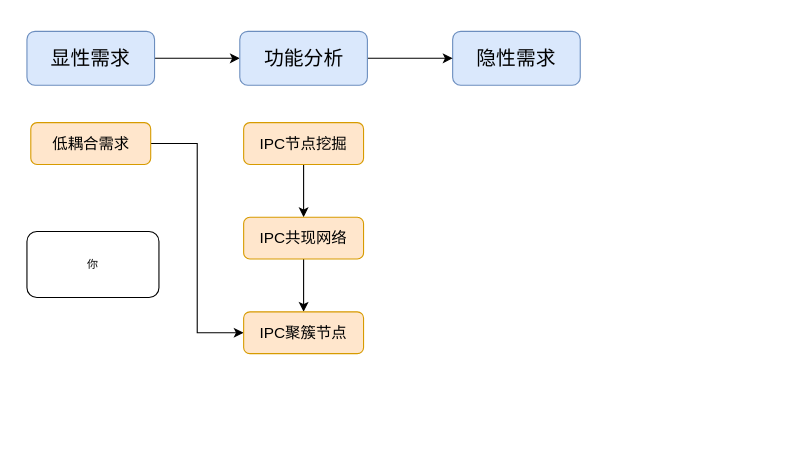
Above: Untitled Diagram.drawio in ElioCode/gitxuexi (draw.io), before the change. Source tidied: cells renumbered, new cells numbered last; positions are measured from the earlier drawing's top-left corner, leaving out a move shared by most shapes. Both pictures are drawn from the tidied source at 110%, with x=0, y=0 at pixel (26, 31).
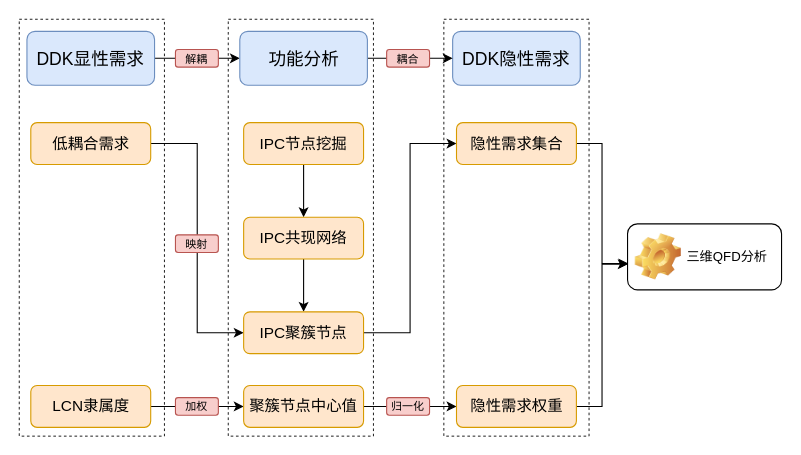
After the change.

The change refers to these unchanged cells:
```xml
<mxCell id="11" value="&lt;font style=&quot;font-size: 14px&quot;&gt;IPC聚簇节点&lt;/font&gt;" style="rounded=1;whiteSpace=wrap;html=1;fillColor=#ffe6cc;strokeColor=#d79b00;" parent="1" vertex="1">
  <mxGeometry x="197" y="255" width="109" height="38" as="geometry" />
</mxCell>
```

Change to the diagram source:
```diff
@@
-    <mxCell id="3" value="&lt;font style=&quot;font-size: 18px&quot;&gt;显性需求&lt;/font&gt;" style="rounded=1;whiteSpace=wrap;html=1;fillColor=#dae8fc;strokeColor=#6c8ebf;" parent="1" vertex="1">
+    <mxCell id="3" value="&lt;font style=&quot;font-size: 16px&quot;&gt;DDK显性需求&lt;/font&gt;" style="rounded=1;whiteSpace=wrap;html=1;fillColor=#dae8fc;strokeColor=#6c8ebf;fontSize=16;" parent="1" vertex="1">
       <mxGeometry width="116" height="49" as="geometry" />
     </mxCell>
-    <mxCell id="4" value="&lt;font style=&quot;font-size: 18px&quot;&gt;隐性需求&lt;/font&gt;" style="rounded=1;whiteSpace=wrap;html=1;fillColor=#dae8fc;strokeColor=#6c8ebf;" parent="1" vertex="1">
+    <mxCell id="4" value="&lt;font style=&quot;font-size: 16px&quot;&gt;DDK隐性需求&lt;/font&gt;" style="rounded=1;whiteSpace=wrap;html=1;fillColor=#dae8fc;strokeColor=#6c8ebf;" parent="1" vertex="1">
       <mxGeometry x="387" width="116" height="49" as="geometry" />
     </mxCell>
@@
+    <mxCell id="15" style="edgeStyle=orthogonalEdgeStyle;rounded=0;jettySize=auto;html=1;entryX=0;entryY=0.5;entryDx=0;entryDy=0;" parent="1" edge="1" source="11" target="17">
+      <mxGeometry relative="1" as="geometry" />
+    </mxCell>
@@
-    <mxCell id="13" value="&lt;font style=&quot;font-size: 18px&quot;&gt;功能分析&lt;/font&gt;" style="rounded=1;whiteSpace=wrap;html=1;fillColor=#dae8fc;strokeColor=#6c8ebf;" parent="1" vertex="1">
+    <mxCell id="13" value="&lt;font style=&quot;font-size: 16px&quot;&gt;功能分析&lt;/font&gt;" style="rounded=1;whiteSpace=wrap;html=1;fillColor=#dae8fc;strokeColor=#6c8ebf;" parent="1" vertex="1">
       <mxGeometry x="193.5" width="116" height="49" as="geometry" />
     </mxCell>
-    <mxCell id="14" value="&lt;font style=&quot;font-size: 10px&quot;&gt;你&lt;/font&gt;" style="rounded=1;whiteSpace=wrap;html=1;" parent="1" vertex="1">
-      <mxGeometry y="182" width="120" height="60" as="geometry" />
+    <mxCell id="14" value="&lt;font style=&quot;font-size: 10px&quot;&gt;映射&lt;/font&gt;" style="rounded=1;whiteSpace=wrap;html=1;fillColor=#f8cecc;strokeColor=#b85450;" parent="1" vertex="1">
+      <mxGeometry x="135" y="185" width="39" height="16" as="geometry" />
     </mxCell>
+    <mxCell id="16" style="edgeStyle=orthogonalEdgeStyle;rounded=0;jettySize=auto;html=1;entryX=0.005;entryY=0.602;entryDx=0;entryDy=0;entryPerimeter=0;" parent="1" edge="1" source="17" target="28">
+      <mxGeometry relative="1" as="geometry" />
+    </mxCell>
+    <mxCell id="17" value="&lt;font style=&quot;font-size: 14px&quot;&gt;隐性需求集合&lt;/font&gt;" style="rounded=1;whiteSpace=wrap;html=1;fillColor=#ffe6cc;strokeColor=#d79b00;" parent="1" vertex="1">
+      <mxGeometry x="390.5" y="83" width="109" height="38" as="geometry" />
+    </mxCell>
+    <mxCell id="18" value="&lt;span style=&quot;font-size: 10px&quot;&gt;解耦&lt;/span&gt;" style="rounded=1;whiteSpace=wrap;html=1;fillColor=#f8cecc;strokeColor=#b85450;" parent="1" vertex="1">
+      <mxGeometry x="135" y="16.5" width="39" height="16" as="geometry" />
+    </mxCell>
+    <mxCell id="19" value="&lt;span style=&quot;font-size: 10px&quot;&gt;耦合&lt;/span&gt;" style="rounded=1;whiteSpace=wrap;html=1;fillColor=#f8cecc;strokeColor=#b85450;" parent="1" vertex="1">
+      <mxGeometry x="327" y="16.5" width="39" height="16" as="geometry" />
+    </mxCell>
+    <mxCell id="20" style="edgeStyle=orthogonalEdgeStyle;rounded=0;jettySize=auto;html=1;entryX=0;entryY=0.5;entryDx=0;entryDy=0;" parent="1" edge="1" source="21" target="23">
+      <mxGeometry relative="1" as="geometry" />
+    </mxCell>
+    <mxCell id="21" value="&lt;font style=&quot;font-size: 14px&quot;&gt;LCN隶属度&lt;/font&gt;" style="rounded=1;whiteSpace=wrap;html=1;fillColor=#ffe6cc;strokeColor=#d79b00;" parent="1" vertex="1">
+      <mxGeometry x="3.5" y="322" width="109" height="38" as="geometry" />
+    </mxCell>
+    <mxCell id="22" style="edgeStyle=orthogonalEdgeStyle;rounded=0;jettySize=auto;html=1;entryX=0;entryY=0.5;entryDx=0;entryDy=0;" parent="1" edge="1" source="23" target="25">
+      <mxGeometry relative="1" as="geometry" />
+    </mxCell>
+    <mxCell id="23" value="&lt;font style=&quot;font-size: 14px&quot;&gt;聚簇节点中心值&lt;/font&gt;" style="rounded=1;whiteSpace=wrap;html=1;fillColor=#ffe6cc;strokeColor=#d79b00;" parent="1" vertex="1">
+      <mxGeometry x="197" y="322" width="109" height="38" as="geometry" />
+    </mxCell>
+    <mxCell id="24" style="edgeStyle=orthogonalEdgeStyle;rounded=0;jettySize=auto;html=1;entryX=0.001;entryY=0.612;entryDx=0;entryDy=0;entryPerimeter=0;" parent="1" edge="1" source="25" target="28">
+      <mxGeometry relative="1" as="geometry" />
+    </mxCell>
+    <mxCell id="25" value="&lt;span style=&quot;font-size: 14px&quot;&gt;隐性需求权重&lt;/span&gt;" style="rounded=1;whiteSpace=wrap;html=1;fillColor=#ffe6cc;strokeColor=#d79b00;" parent="1" vertex="1">
+      <mxGeometry x="390.5" y="322" width="109" height="38" as="geometry" />
+    </mxCell>
+    <mxCell id="26" value="&lt;font style=&quot;font-size: 10px&quot;&gt;加权&lt;/font&gt;" style="rounded=1;whiteSpace=wrap;html=1;fillColor=#f8cecc;strokeColor=#b85450;" parent="1" vertex="1">
+      <mxGeometry x="135" y="333" width="39" height="16" as="geometry" />
+    </mxCell>
+    <mxCell id="27" value="&lt;font style=&quot;font-size: 10px&quot;&gt;归一化&lt;/font&gt;" style="rounded=1;whiteSpace=wrap;html=1;fillColor=#f8cecc;strokeColor=#b85450;" parent="1" vertex="1">
+      <mxGeometry x="327" y="333" width="39" height="16" as="geometry" />
+    </mxCell>
+    <mxCell id="28" value="&lt;span style=&quot;font-weight: normal&quot;&gt;三维QFD分析&lt;/span&gt;" style="label;whiteSpace=wrap;html=1;image=img/clipart/Gear_128x128.png;" parent="1" vertex="1">
+      <mxGeometry x="546" y="175" width="140" height="60" as="geometry" />
+    </mxCell>
+    <mxCell id="29" style="rounded=0;whiteSpace=wrap;html=1;glass=0;shadow=0;sketch=0;fillColor=none;dashed=1;strokeWidth=0.8;" parent="1" vertex="1">
+      <mxGeometry x="-7" y="-11" width="132" height="379" as="geometry" />
+    </mxCell>
+    <mxCell id="30" style="rounded=0;whiteSpace=wrap;html=1;glass=0;shadow=0;sketch=0;fillColor=none;dashed=1;strokeWidth=0.8;" parent="1" vertex="1">
+      <mxGeometry x="183" y="-11" width="132" height="379" as="geometry" />
+    </mxCell>
+    <mxCell id="31" style="rounded=0;whiteSpace=wrap;html=1;glass=0;shadow=0;sketch=0;fillColor=none;dashed=1;strokeWidth=0.8;" parent="1" vertex="1">
+      <mxGeometry x="379" y="-11" width="132" height="379" as="geometry" />
+    </mxCell>
```
